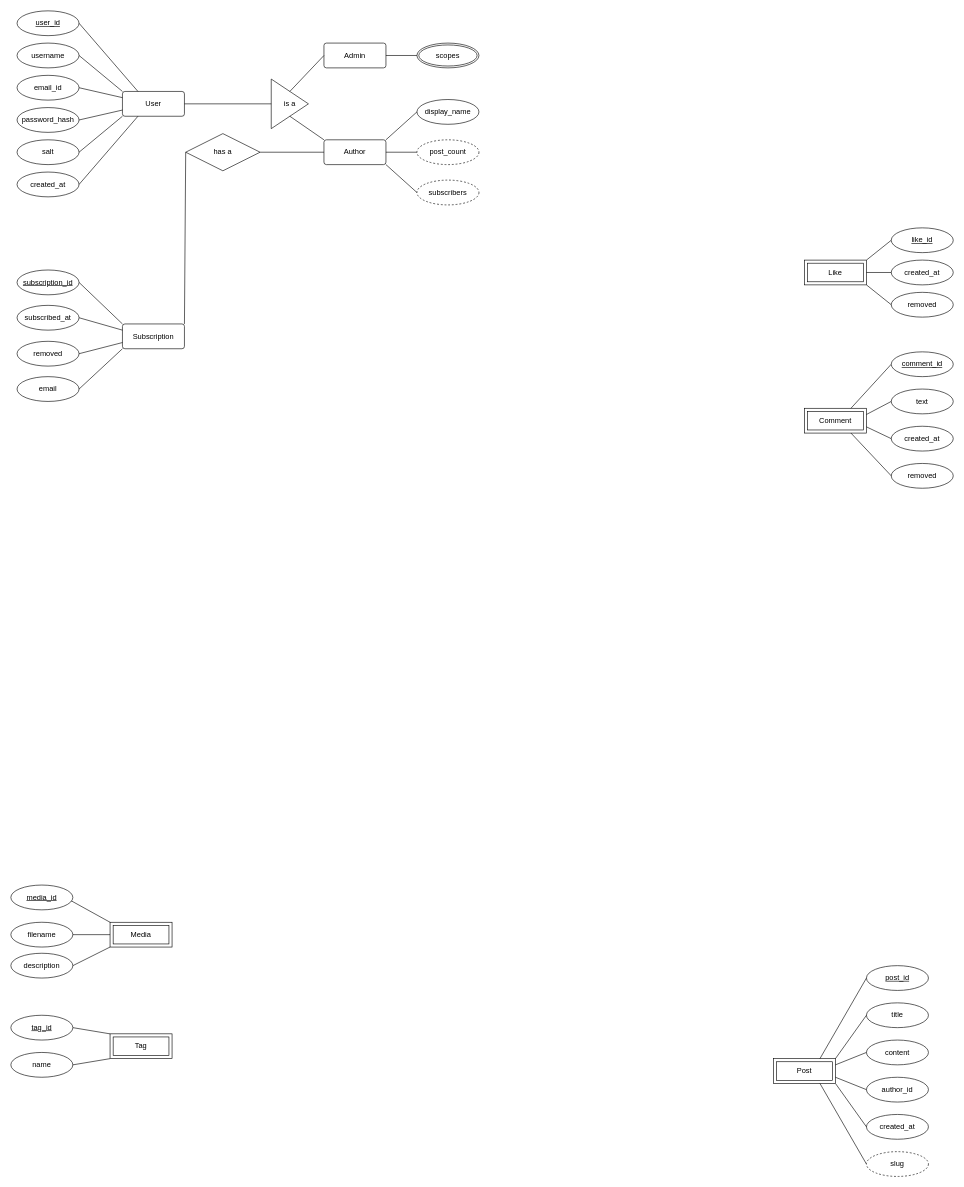
The draw.io diagram diagrams/Untitled Diagram.drawio in blood-rogue/er-diagram, before the edit. Source tidied: cells renumbered, new cells numbered last; positions are measured from the earlier drawing's top-left corner, leaving out a move shared by most shapes. Both pictures are drawn from the tidied source at 62%, with x=0, y=0 at pixel (11, 11).
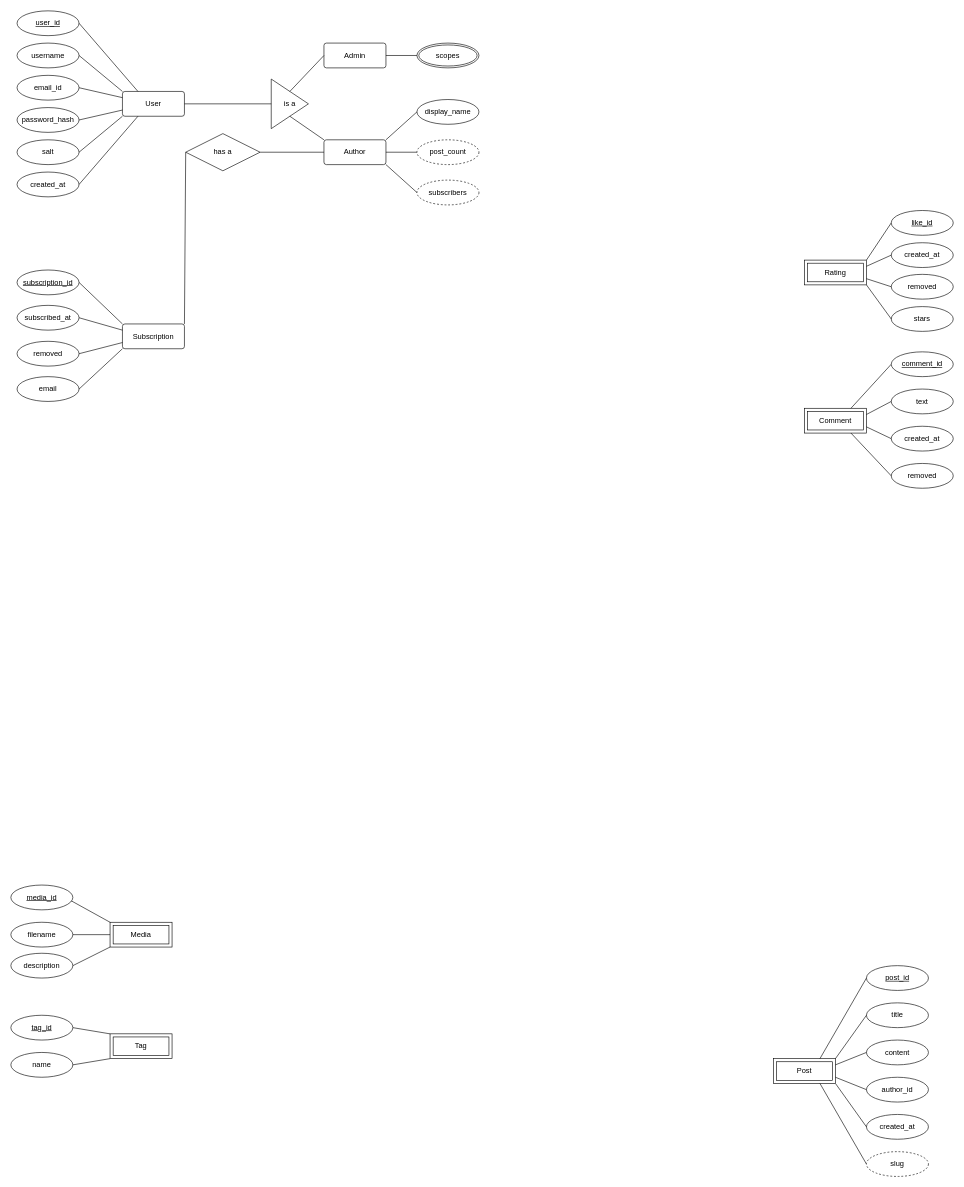
After the change.

Diff of the diagram source:
```diff
@@
     <mxCell id="7" value="removed" style="ellipse;whiteSpace=wrap;html=1;align=center;direction=west;" parent="1" vertex="1">
-      <mxGeometry x="1420" y="454" width="100" height="40" as="geometry" />
+      <mxGeometry x="1420" y="425" width="100" height="40" as="geometry" />
     </mxCell>
@@
-    <mxCell id="9" value="Like" style="shape=ext;margin=3;double=1;whiteSpace=wrap;html=1;align=center;" parent="1" vertex="1">
+    <mxCell id="9" value="Rating" style="shape=ext;margin=3;double=1;whiteSpace=wrap;html=1;align=center;" parent="1" vertex="1">
       <mxGeometry x="1280" y="402" width="100" height="40" as="geometry" />
     </mxCell>
@@
     <mxCell id="13" value="created_at" style="ellipse;whiteSpace=wrap;html=1;align=center;" parent="1" vertex="1">
-      <mxGeometry x="1420" y="402" width="100" height="40" as="geometry" />
+      <mxGeometry x="1420" y="374" width="100" height="40" as="geometry" />
     </mxCell>
@@
-    <mxCell id="15" style="endArrow=none;html=1;rounded=0;entryX=0;entryY=0.5;entryDx=0;entryDy=0;exitX=1;exitY=0.5;exitDx=0;exitDy=0;" parent="1" edge="1" source="9" target="13">
+    <mxCell id="15" style="endArrow=none;html=1;rounded=0;entryX=0;entryY=0.5;entryDx=0;entryDy=0;exitX=1;exitY=0.25;exitDx=0;exitDy=0;" parent="1" edge="1" source="9" target="13">
       <mxGeometry relative="1" as="geometry" />
     </mxCell>
-    <mxCell id="16" style="endArrow=none;html=1;rounded=0;exitX=1;exitY=1;exitDx=0;exitDy=0;entryX=1;entryY=0.5;entryDx=0;entryDy=0;" parent="1" edge="1" source="9" target="7">
+    <mxCell id="16" style="endArrow=none;html=1;rounded=0;exitX=1;exitY=0.75;exitDx=0;exitDy=0;entryX=1;entryY=0.5;entryDx=0;entryDy=0;" parent="1" edge="1" source="9" target="7">
       <mxGeometry relative="1" as="geometry" />
     </mxCell>
@@
     <mxCell id="68" value="like_id" style="ellipse;whiteSpace=wrap;html=1;align=center;fontStyle=4;" parent="1" vertex="1">
-      <mxGeometry x="1420" y="350" width="100" height="40" as="geometry" />
+      <mxGeometry x="1420" y="322" width="100" height="40" as="geometry" />
     </mxCell>
@@
+    <mxCell id="82" value="stars" style="ellipse;whiteSpace=wrap;html=1;align=center;direction=west;" parent="1" vertex="1">
+      <mxGeometry x="1420" y="477" width="100" height="40" as="geometry" />
+    </mxCell>
+    <mxCell id="83" style="endArrow=none;html=1;rounded=0;exitX=1;exitY=1;exitDx=0;exitDy=0;entryX=1;entryY=0.5;entryDx=0;entryDy=0;" parent="1" edge="1" source="9" target="82">
+      <mxGeometry relative="1" as="geometry" />
+    </mxCell>
```
